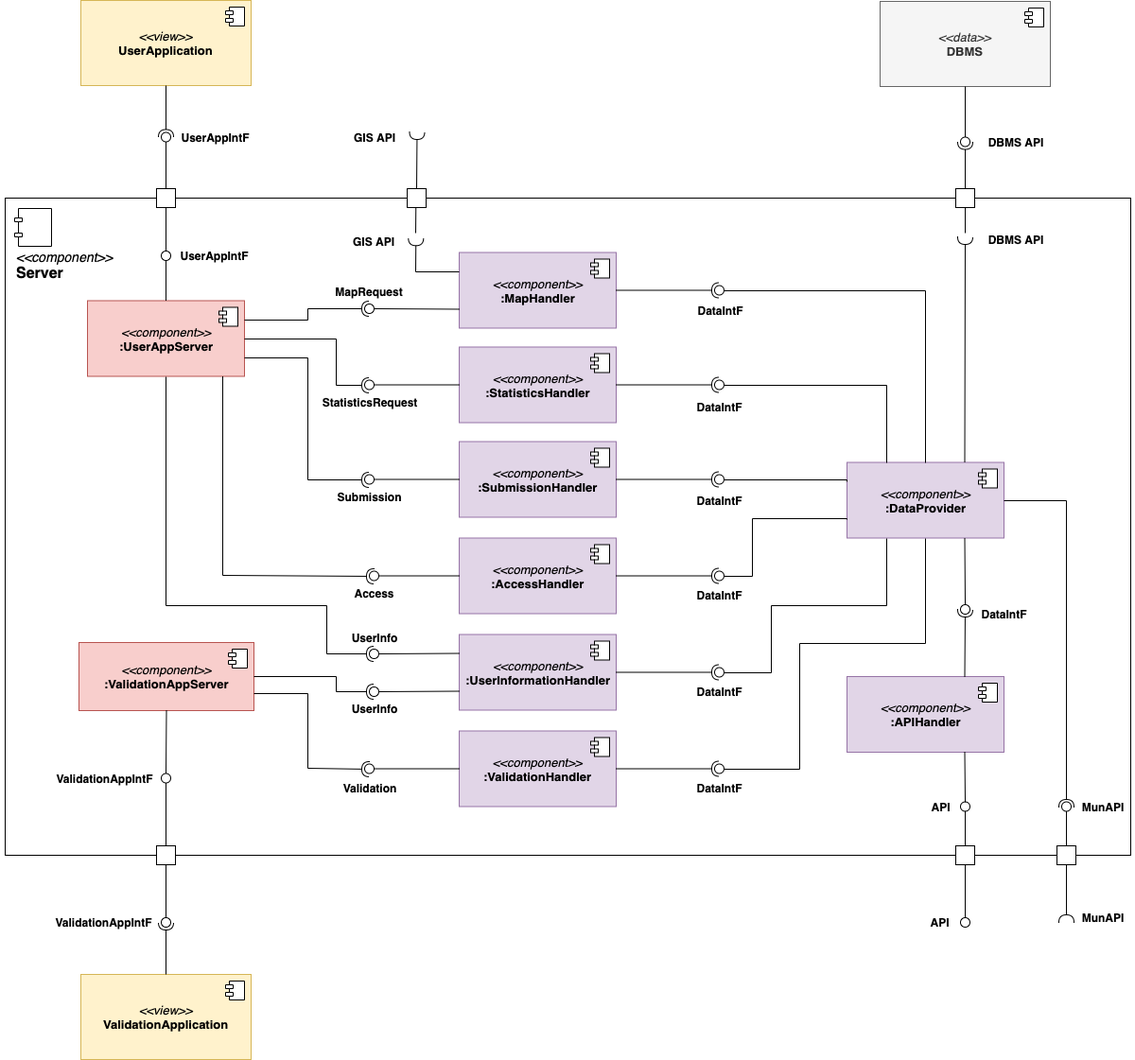
Before: Releases/DD/img/diagrams/deployComponent.png, a diagram exported from draw.io (amecava/safestreets). Source tidied: cells renumbered, new cells last; positions are measured from the earlier drawing's top-left corner, leaving out a move shared by most shapes.
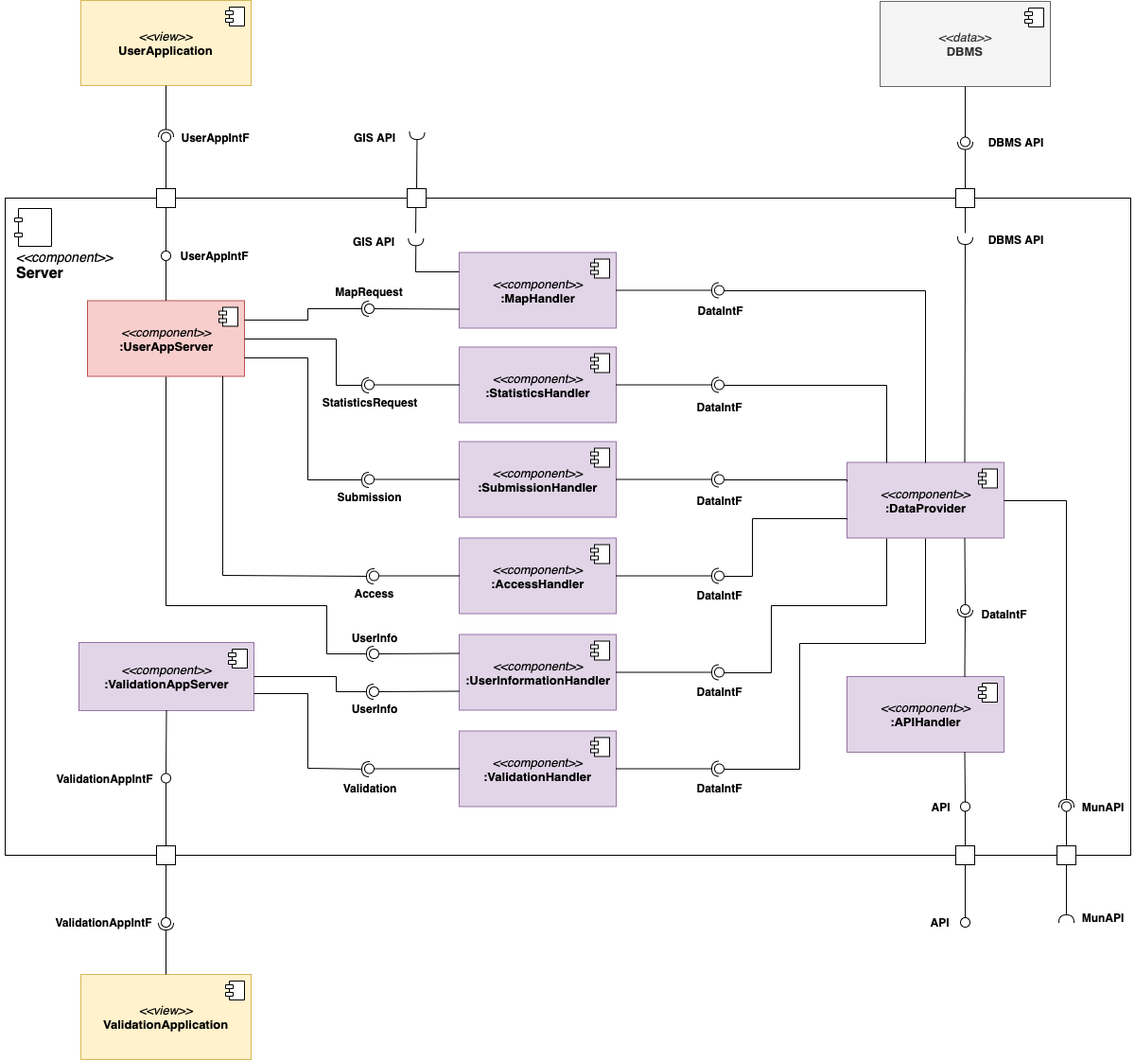
Later version of the same file.

The edit, as a diff of the source:
```diff
@@ -18,7 +18,7 @@
         <mxPoint x="-27" y="7" as="offset" />
       </mxGeometry>
     </mxCell>
-    <mxCell id="6" value="&lt;font style=&quot;font-size: 13px&quot;&gt;&lt;font style=&quot;text-align: left ; white-space: normal ; font-size: 13px&quot;&gt;&lt;i&gt;&amp;lt;&amp;lt;component&amp;gt;&amp;gt;&lt;/i&gt;&lt;br&gt;&lt;/font&gt;&lt;b style=&quot;text-align: left ; white-space: normal&quot;&gt;&lt;font style=&quot;font-size: 13px&quot;&gt;:ValidationAppServer&lt;/font&gt;&lt;/b&gt;&lt;/font&gt;" style="html=1;fillColor=#f8cecc;strokeColor=#b85450;" parent="2" vertex="1">
+    <mxCell id="6" value="&lt;font style=&quot;font-size: 13px&quot;&gt;&lt;font style=&quot;text-align: left ; white-space: normal ; font-size: 13px&quot;&gt;&lt;i&gt;&amp;lt;&amp;lt;component&amp;gt;&amp;gt;&lt;/i&gt;&lt;br&gt;&lt;/font&gt;&lt;b style=&quot;text-align: left ; white-space: normal&quot;&gt;&lt;font style=&quot;font-size: 13px&quot;&gt;:ValidationAppServer&lt;/font&gt;&lt;/b&gt;&lt;/font&gt;" style="html=1;fillColor=#e1d5e7;strokeColor=#9673a6;" parent="2" vertex="1">
       <mxGeometry x="78" y="470" width="185" height="72" as="geometry" />
     </mxCell>
     <mxCell id="7" style="shape=component;jettyWidth=8;jettyHeight=4;" parent="6" vertex="1">
```
